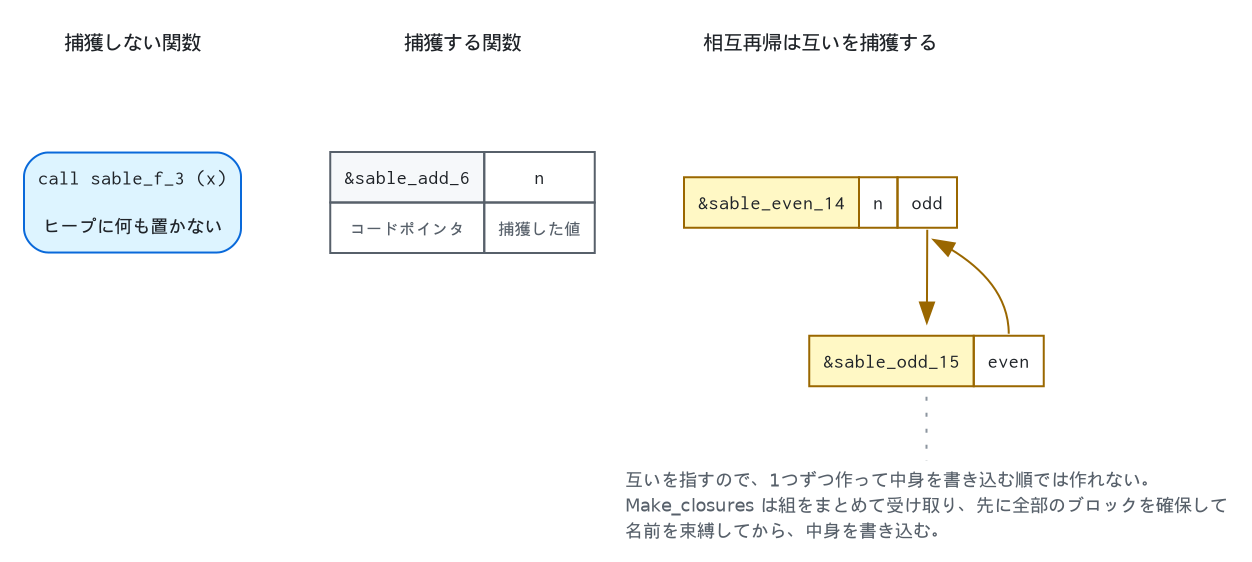
This is Sable/compiler/doc/figures/closure-block.png from aita/CompLab, a Graphviz export, as it was before one commit. Its source is kept beside it as Sable/compiler/doc/figures/closure-block.dot. Its diagram source:
```dot
digraph closure {
  rankdir = TB;
  bgcolor = "transparent";
  nodesep = 0.40;
  ranksep = 0.45;
  node [shape = plaintext, fontname = "Helvetica", fontsize = 10,
        fontcolor = "#1f2328"];
  edge [color = "#57606a", fontname = "Helvetica", fontsize = 9,
        fontcolor = "#57606a"];

  t1 [label = "捕獲しない関数"];
  none [label = <<TABLE BORDER="1" CELLBORDER="0" CELLSPACING="0" CELLPADDING="6"
                        COLOR="#0969da" BGCOLOR="#ddf4ff" STYLE="ROUNDED">
    <TR><TD><FONT FACE="Courier" POINT-SIZE="10">call sable_f_3 (x)</FONT></TD></TR>
    <TR><TD><FONT POINT-SIZE="9">ヒープに何も置かない</FONT></TD></TR>
  </TABLE>>];

  t2 [label = "捕獲する関数"];
  one [label = <<TABLE BORDER="0" CELLBORDER="1" CELLSPACING="0" CELLPADDING="6"
                       COLOR="#57606a">
    <TR><TD BGCOLOR="#f6f8fa"><FONT FACE="Courier" POINT-SIZE="10">&amp;sable_add_6</FONT></TD>
        <TD><FONT FACE="Courier" POINT-SIZE="10">n</FONT></TD></TR>
    <TR><TD><FONT POINT-SIZE="8" COLOR="#57606a">コードポインタ</FONT></TD>
        <TD><FONT POINT-SIZE="8" COLOR="#57606a">捕獲した値</FONT></TD></TR>
  </TABLE>>];

  t3 [label = "相互再帰は互いを捕獲する"];
  even [label = <<TABLE BORDER="0" CELLBORDER="1" CELLSPACING="0" CELLPADDING="6"
                        COLOR="#9a6700">
    <TR><TD BGCOLOR="#fff8c5"><FONT FACE="Courier" POINT-SIZE="10">&amp;sable_even_14</FONT></TD>
        <TD><FONT FACE="Courier" POINT-SIZE="10">n</FONT></TD>
        <TD PORT="odd"><FONT FACE="Courier" POINT-SIZE="10">odd</FONT></TD></TR>
  </TABLE>>];
  odd [label = <<TABLE BORDER="0" CELLBORDER="1" CELLSPACING="0" CELLPADDING="6"
                       COLOR="#9a6700">
    <TR><TD BGCOLOR="#fff8c5"><FONT FACE="Courier" POINT-SIZE="10">&amp;sable_odd_15</FONT></TD>
        <TD PORT="even"><FONT FACE="Courier" POINT-SIZE="10">even</FONT></TD></TR>
  </TABLE>>];

  t1 -> none [style = invis];
  t2 -> one [style = invis];
  t3 -> even [style = invis];
  even:odd -> odd [color = "#9a6700"];
  odd:even -> even [color = "#9a6700", constraint = false];

  note [shape = plaintext, fontsize = 9, fontcolor = "#57606a",
        label = "互いを指すので、1つずつ作って中身を書き込む順では作れない。\l\
Make_closures は組をまとめて受け取り、先に全部のブロックを確保して\l\
名前を束縛してから、中身を書き込む。\l"];
  odd -> note [style = dotted, arrowhead = none, color = "#8c959f"];
  { rank = same; t1; t2; t3; }
  { rank = same; none; one; even; }
}
```
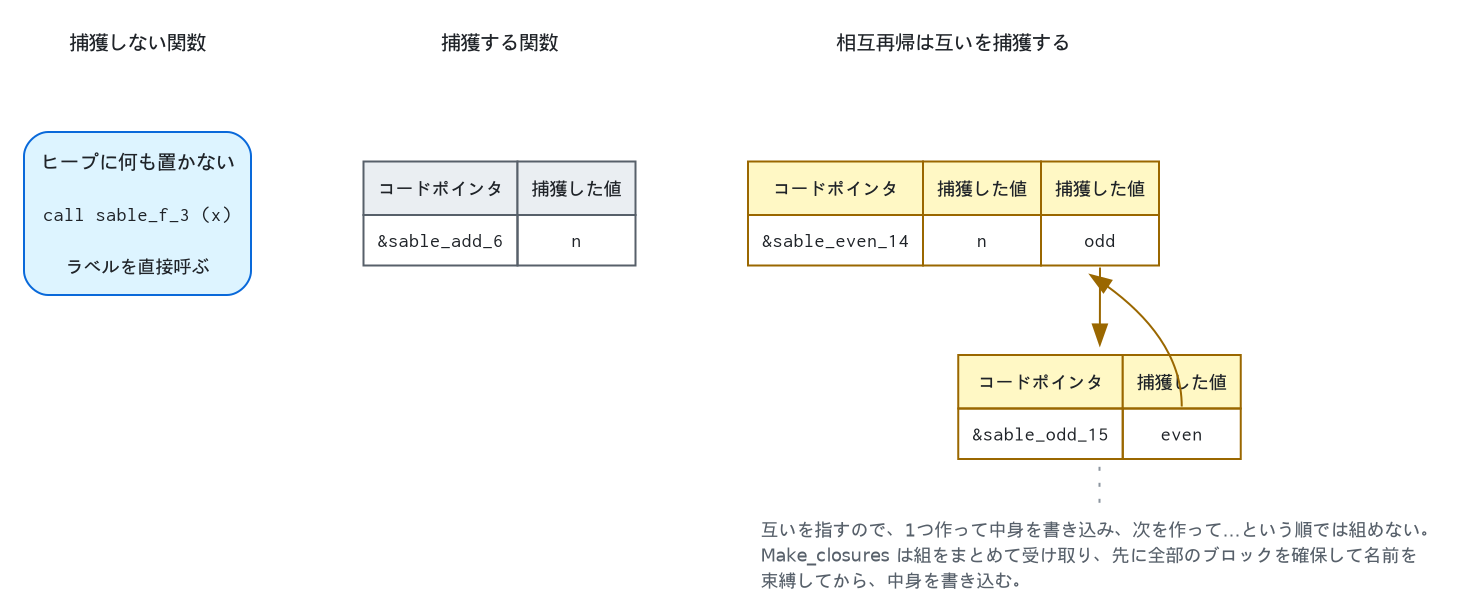
Later version of the same file.

Commit message:
Put the closure figure's labels in a header row

The words naming the block's contents sat under the values, so the drawing read
bottom-up: `&sable_add_6` and `n`, and only then what they were.  They are a
header row above the cells now, and the mutually recursive pair carries the
same header, so the three blocks in the figure are read the same way.

The two arrows lost their labels.  They said 「odd のブロック」 next to a cell
that already said `odd`.

Change to the diagram source:
```diff
@@ -1,53 +1,61 @@
 digraph closure {
   rankdir = TB;
   bgcolor = "transparent";
-  nodesep = 0.40;
-  ranksep = 0.45;
+  nodesep = 0.55;
+  ranksep = 0.30;
   node [shape = plaintext, fontname = "Helvetica", fontsize = 10,
         fontcolor = "#1f2328"];
-  edge [color = "#57606a", fontname = "Helvetica", fontsize = 9,
+  edge [color = "#9a6700", fontname = "Helvetica", fontsize = 9,
         fontcolor = "#57606a"];
 
   t1 [label = "捕獲しない関数"];
-  none [label = <<TABLE BORDER="1" CELLBORDER="0" CELLSPACING="0" CELLPADDING="6"
+  t2 [label = "捕獲する関数"];
+  t3 [label = "相互再帰は互いを捕獲する"];
+
+  none [label = <<TABLE BORDER="1" CELLBORDER="0" CELLSPACING="0" CELLPADDING="7"
                         COLOR="#0969da" BGCOLOR="#ddf4ff" STYLE="ROUNDED">
+    <TR><TD>ヒープに何も置かない</TD></TR>
     <TR><TD><FONT FACE="Courier" POINT-SIZE="10">call sable_f_3 (x)</FONT></TD></TR>
-    <TR><TD><FONT POINT-SIZE="9">ヒープに何も置かない</FONT></TD></TR>
+    <TR><TD><FONT POINT-SIZE="9">ラベルを直接呼ぶ</FONT></TD></TR>
   </TABLE>>];
 
-  t2 [label = "捕獲する関数"];
   one [label = <<TABLE BORDER="0" CELLBORDER="1" CELLSPACING="0" CELLPADDING="6"
                        COLOR="#57606a">
-    <TR><TD BGCOLOR="#f6f8fa"><FONT FACE="Courier" POINT-SIZE="10">&amp;sable_add_6</FONT></TD>
+    <TR><TD BGCOLOR="#eaeef2"><FONT POINT-SIZE="9">コードポインタ</FONT></TD>
+        <TD BGCOLOR="#eaeef2"><FONT POINT-SIZE="9">捕獲した値</FONT></TD></TR>
+    <TR><TD><FONT FACE="Courier" POINT-SIZE="10">&amp;sable_add_6</FONT></TD>
         <TD><FONT FACE="Courier" POINT-SIZE="10">n</FONT></TD></TR>
-    <TR><TD><FONT POINT-SIZE="8" COLOR="#57606a">コードポインタ</FONT></TD>
-        <TD><FONT POINT-SIZE="8" COLOR="#57606a">捕獲した値</FONT></TD></TR>
   </TABLE>>];
 
-  t3 [label = "相互再帰は互いを捕獲する"];
   even [label = <<TABLE BORDER="0" CELLBORDER="1" CELLSPACING="0" CELLPADDING="6"
                         COLOR="#9a6700">
-    <TR><TD BGCOLOR="#fff8c5"><FONT FACE="Courier" POINT-SIZE="10">&amp;sable_even_14</FONT></TD>
+    <TR><TD BGCOLOR="#fff8c5"><FONT POINT-SIZE="9">コードポインタ</FONT></TD>
+        <TD BGCOLOR="#fff8c5"><FONT POINT-SIZE="9">捕獲した値</FONT></TD>
+        <TD BGCOLOR="#fff8c5"><FONT POINT-SIZE="9">捕獲した値</FONT></TD></TR>
+    <TR><TD><FONT FACE="Courier" POINT-SIZE="10">&amp;sable_even_14</FONT></TD>
         <TD><FONT FACE="Courier" POINT-SIZE="10">n</FONT></TD>
-        <TD PORT="odd"><FONT FACE="Courier" POINT-SIZE="10">odd</FONT></TD></TR>
+        <TD PORT="p"><FONT FACE="Courier" POINT-SIZE="10">odd</FONT></TD></TR>
   </TABLE>>];
+
   odd [label = <<TABLE BORDER="0" CELLBORDER="1" CELLSPACING="0" CELLPADDING="6"
                        COLOR="#9a6700">
-    <TR><TD BGCOLOR="#fff8c5"><FONT FACE="Courier" POINT-SIZE="10">&amp;sable_odd_15</FONT></TD>
-        <TD PORT="even"><FONT FACE="Courier" POINT-SIZE="10">even</FONT></TD></TR>
+    <TR><TD BGCOLOR="#fff8c5"><FONT POINT-SIZE="9">コードポインタ</FONT></TD>
+        <TD BGCOLOR="#fff8c5"><FONT POINT-SIZE="9">捕獲した値</FONT></TD></TR>
+    <TR><TD><FONT FACE="Courier" POINT-SIZE="10">&amp;sable_odd_15</FONT></TD>
+        <TD PORT="p"><FONT FACE="Courier" POINT-SIZE="10">even</FONT></TD></TR>
   </TABLE>>];
 
+  { rank = same; t1; t2; t3; }
+  { rank = same; none; one; even; }
   t1 -> none [style = invis];
   t2 -> one [style = invis];
   t3 -> even [style = invis];
-  even:odd -> odd [color = "#9a6700"];
-  odd:even -> even [color = "#9a6700", constraint = false];
+  even:p:s -> odd;
+  odd:p:n -> even [constraint = false];
 
   note [shape = plaintext, fontsize = 9, fontcolor = "#57606a",
-        label = "互いを指すので、1つずつ作って中身を書き込む順では作れない。\l\
-Make_closures は組をまとめて受け取り、先に全部のブロックを確保して\l\
-名前を束縛してから、中身を書き込む。\l"];
+        label = "互いを指すので、1つ作って中身を書き込み、次を作って…という順では組めない。\l\
+Make_closures は組をまとめて受け取り、先に全部のブロックを確保して名前を\l\
+束縛してから、中身を書き込む。\l"];
   odd -> note [style = dotted, arrowhead = none, color = "#8c959f"];
-  { rank = same; t1; t2; t3; }
-  { rank = same; none; one; even; }
 }
```
